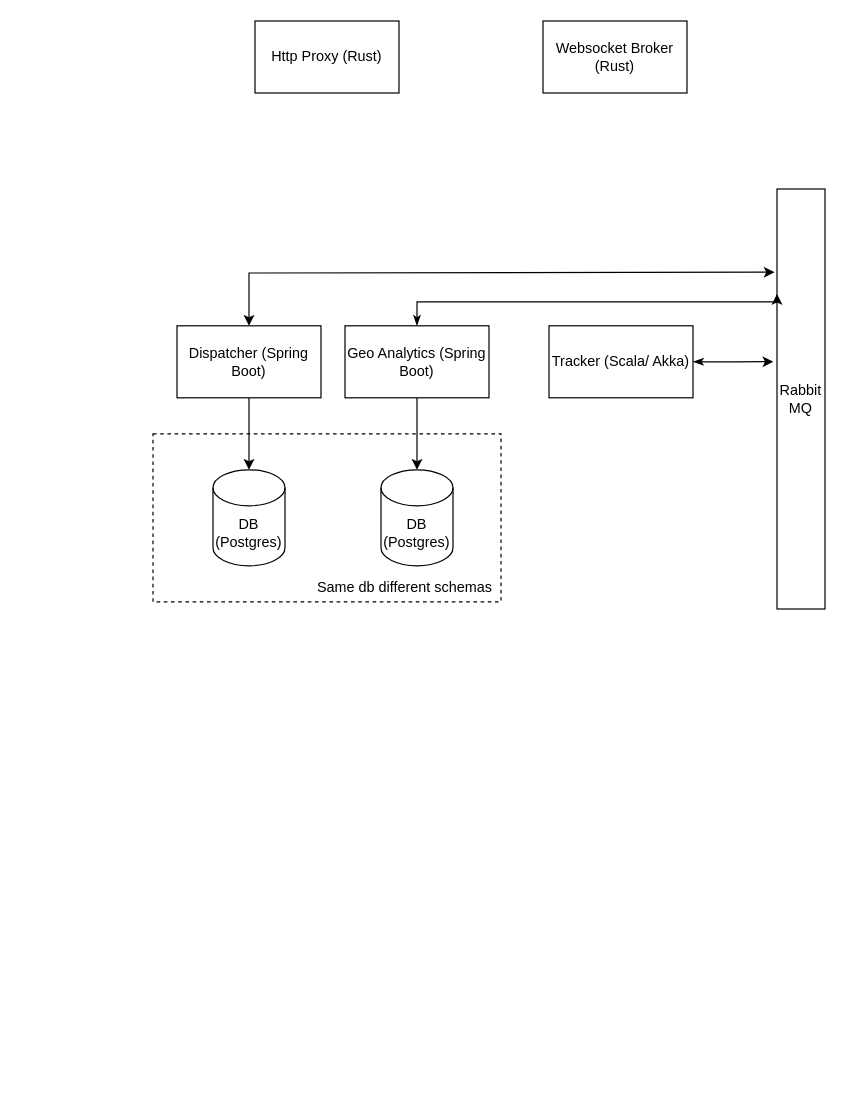
This is Untitled Diagram.drawio from fpaschos/zio-playground, a draw.io file, before an edit. Source tidied: cells renumbered, new cells numbered last; positions are measured from the earlier drawing's top-left corner, leaving out a move shared by most shapes. Both pictures are drawn from the tidied source at 120%, with x=0, y=0 at pixel (152, 20).
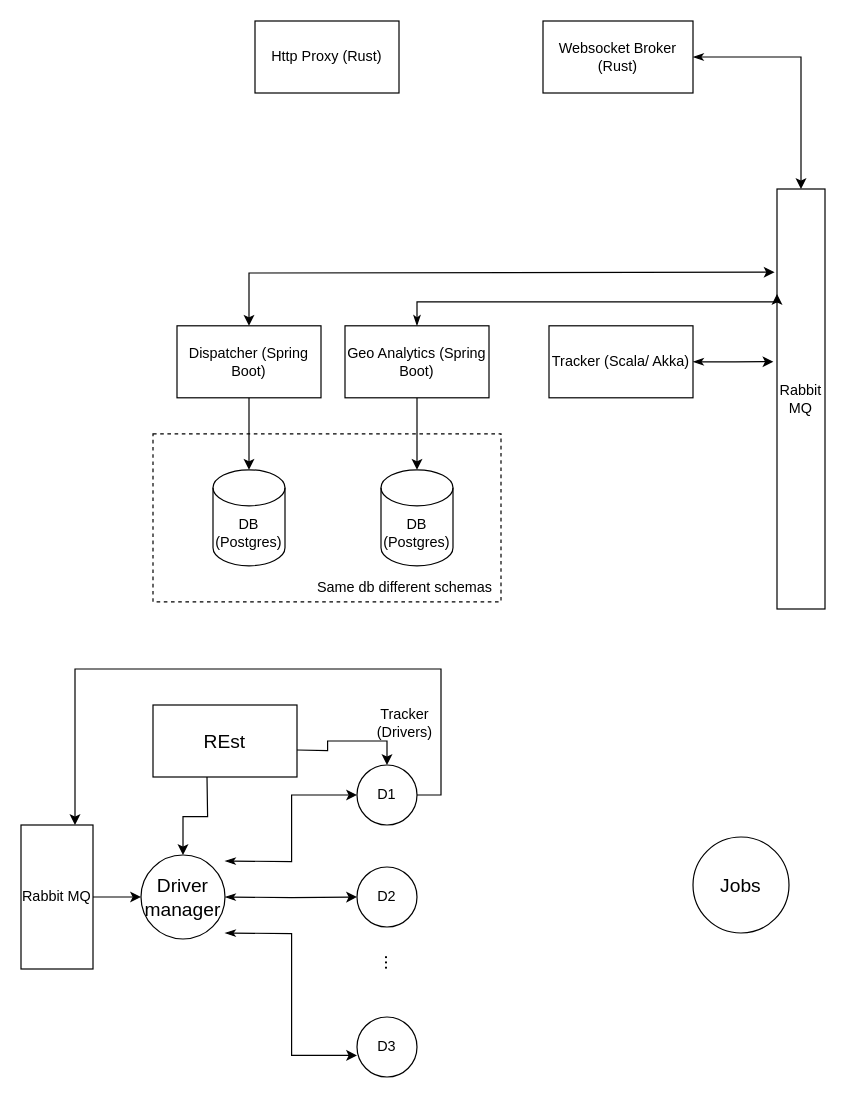
The same page after the edit.

The change refers to these unchanged cells:
```xml
<mxCell id="15" value="Rabbit MQ" style="rounded=0;whiteSpace=wrap;html=1;fillColor=none;direction=south;" parent="1" vertex="1">
  <mxGeometry x="520" y="140" width="40" height="350" as="geometry" />
</mxCell>
```

What changed in the source:
```diff
@@
+    <mxCell id="17" style="edgeStyle=orthogonalEdgeStyle;rounded=0;jettySize=auto;html=1;exitX=1;exitY=0.5;exitDx=0;exitDy=0;startArrow=classicThin;startFill=1;" parent="1" edge="1" source="4" target="15">
+      <mxGeometry relative="1" as="geometry" />
+    </mxCell>
     <mxCell id="4" value="Websocket Broker (Rust)" style="rounded=0;whiteSpace=wrap;html=1;" parent="1" vertex="1">
-      <mxGeometry x="325" width="120" height="60" as="geometry" />
+      <mxGeometry x="325" width="125" height="60" as="geometry" />
     </mxCell>
@@
+    <mxCell id="18" value="&lt;div&gt;Tracker (Drivers)&lt;/div&gt;" style="text;html=1;strokeColor=none;fillColor=none;align=center;verticalAlign=middle;whiteSpace=wrap;rounded=0;" parent="1" vertex="1">
+      <mxGeometry x="180" y="570" width="60" height="30" as="geometry" />
+    </mxCell>
+    <mxCell id="19" style="edgeStyle=orthogonalEdgeStyle;rounded=0;jettySize=auto;html=1;entryX=0;entryY=0.5;entryDx=0;entryDy=0;startArrow=classicThin;startFill=1;" parent="1" edge="1" target="25">
+      <mxGeometry relative="1" as="geometry">
+        <mxPoint x="60" y="700" as="sourcePoint" />
+      </mxGeometry>
+    </mxCell>
+    <mxCell id="20" style="edgeStyle=orthogonalEdgeStyle;rounded=0;jettySize=auto;html=1;entryX=0;entryY=0.5;entryDx=0;entryDy=0;startArrow=classicThin;startFill=1;" parent="1" edge="1" target="26">
+      <mxGeometry relative="1" as="geometry">
+        <mxPoint x="60" y="730" as="sourcePoint" />
+      </mxGeometry>
+    </mxCell>
+    <mxCell id="21" style="edgeStyle=orthogonalEdgeStyle;rounded=0;jettySize=auto;html=1;entryX=0;entryY=0.64;entryDx=0;entryDy=0;entryPerimeter=0;startArrow=classicThin;startFill=1;" parent="1" edge="1" target="27">
+      <mxGeometry relative="1" as="geometry">
+        <mxPoint x="60" y="760" as="sourcePoint" />
+      </mxGeometry>
+    </mxCell>
+    <mxCell id="22" style="edgeStyle=orthogonalEdgeStyle;rounded=0;jettySize=auto;html=1;exitX=0.5;exitY=0;exitDx=0;exitDy=0;entryX=0;entryY=0.5;entryDx=0;entryDy=0;fontSize=16;startArrow=none;startFill=0;" parent="1" edge="1" source="23" target="30">
+      <mxGeometry relative="1" as="geometry" />
+    </mxCell>
+    <mxCell id="23" value="Rabbit MQ" style="rounded=0;whiteSpace=wrap;html=1;fillColor=none;direction=south;" parent="1" vertex="1">
+      <mxGeometry x="-110" y="670" width="60" height="120" as="geometry" />
+    </mxCell>
+    <mxCell id="24" style="edgeStyle=orthogonalEdgeStyle;rounded=0;jettySize=auto;html=1;exitX=1;exitY=0.5;exitDx=0;exitDy=0;entryX=0;entryY=0.25;entryDx=0;entryDy=0;fontSize=16;startArrow=none;startFill=0;" parent="1" edge="1" source="25" target="23">
+      <mxGeometry relative="1" as="geometry">
+        <Array as="points">
+          <mxPoint x="240" y="645" />
+          <mxPoint x="240" y="540" />
+          <mxPoint x="-65" y="540" />
+        </Array>
+      </mxGeometry>
+    </mxCell>
+    <mxCell id="25" value="D1" style="ellipse;whiteSpace=wrap;html=1;fillColor=none;" parent="1" vertex="1">
+      <mxGeometry x="170" y="620" width="50" height="50" as="geometry" />
+    </mxCell>
+    <mxCell id="26" value="D2" style="ellipse;whiteSpace=wrap;html=1;fillColor=none;" parent="1" vertex="1">
+      <mxGeometry x="170" y="705" width="50" height="50" as="geometry" />
+    </mxCell>
+    <mxCell id="27" value="D3" style="ellipse;whiteSpace=wrap;html=1;fillColor=none;" parent="1" vertex="1">
+      <mxGeometry x="170" y="830" width="50" height="50" as="geometry" />
+    </mxCell>
+    <mxCell id="28" value="&lt;font style=&quot;font-size: 16px;&quot;&gt;...&lt;/font&gt;" style="text;html=1;strokeColor=none;fillColor=none;align=center;verticalAlign=middle;whiteSpace=wrap;rounded=0;rotation=90;" parent="1" vertex="1">
+      <mxGeometry x="170" y="770" width="60" height="30" as="geometry" />
+    </mxCell>
+    <mxCell id="29" value="Jobs" style="ellipse;whiteSpace=wrap;html=1;fontSize=16;fillColor=none;" parent="1" vertex="1">
+      <mxGeometry x="450" y="680" width="80" height="80" as="geometry" />
+    </mxCell>
+    <mxCell id="30" value="Driver manager" style="ellipse;whiteSpace=wrap;html=1;fontSize=16;fillColor=none;" parent="1" vertex="1">
+      <mxGeometry x="-10" y="695" width="70" height="70" as="geometry" />
+    </mxCell>
+    <mxCell id="31" style="edgeStyle=orthogonalEdgeStyle;rounded=0;jettySize=auto;html=1;fontSize=16;startArrow=none;startFill=0;" parent="1" edge="1" target="30">
+      <mxGeometry relative="1" as="geometry">
+        <mxPoint x="45" y="630" as="sourcePoint" />
+      </mxGeometry>
+    </mxCell>
+    <mxCell id="32" style="edgeStyle=orthogonalEdgeStyle;rounded=0;jettySize=auto;html=1;exitX=1;exitY=0.25;exitDx=0;exitDy=0;entryX=0.5;entryY=0;entryDx=0;entryDy=0;fontSize=16;startArrow=none;startFill=0;" parent="1" edge="1" target="25">
+      <mxGeometry relative="1" as="geometry">
+        <mxPoint x="120" y="607.5" as="sourcePoint" />
+      </mxGeometry>
+    </mxCell>
+    <mxCell id="33" value="REst" style="rounded=0;whiteSpace=wrap;html=1;strokeColor=default;fontSize=16;fillColor=none;" parent="1" vertex="1">
+      <mxGeometry y="570" width="120" height="60" as="geometry" />
+    </mxCell>
```
